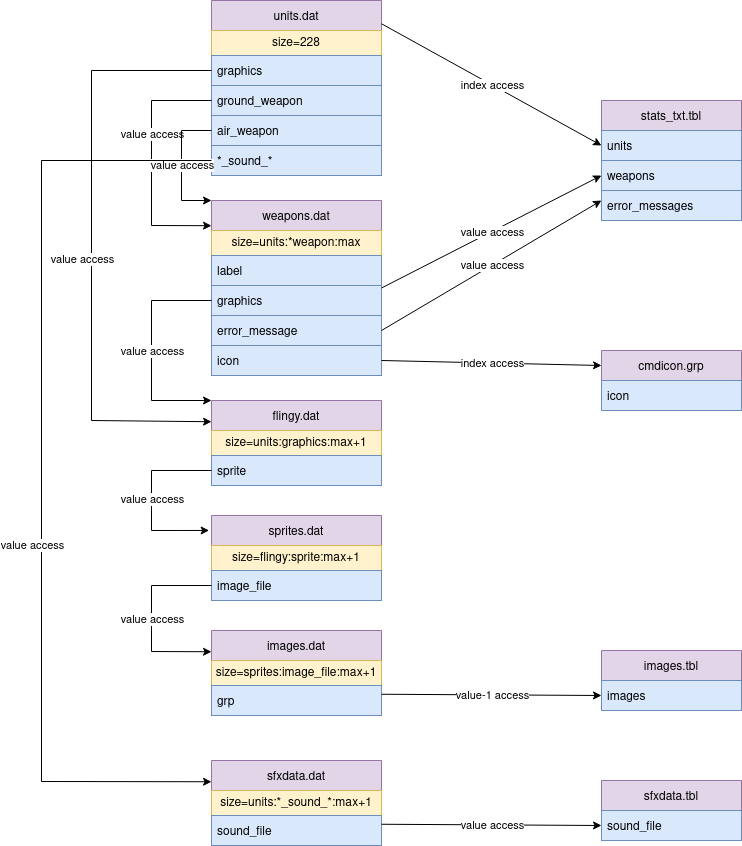
This is doc/sc_dat_architecture.drawio.png from Wargus/stargus, a draw.io export, as it was before one commit. Source tidied: cells renumbered, new cells last; positions are measured from the earlier drawing's top-left corner, leaving out a move shared by most shapes.
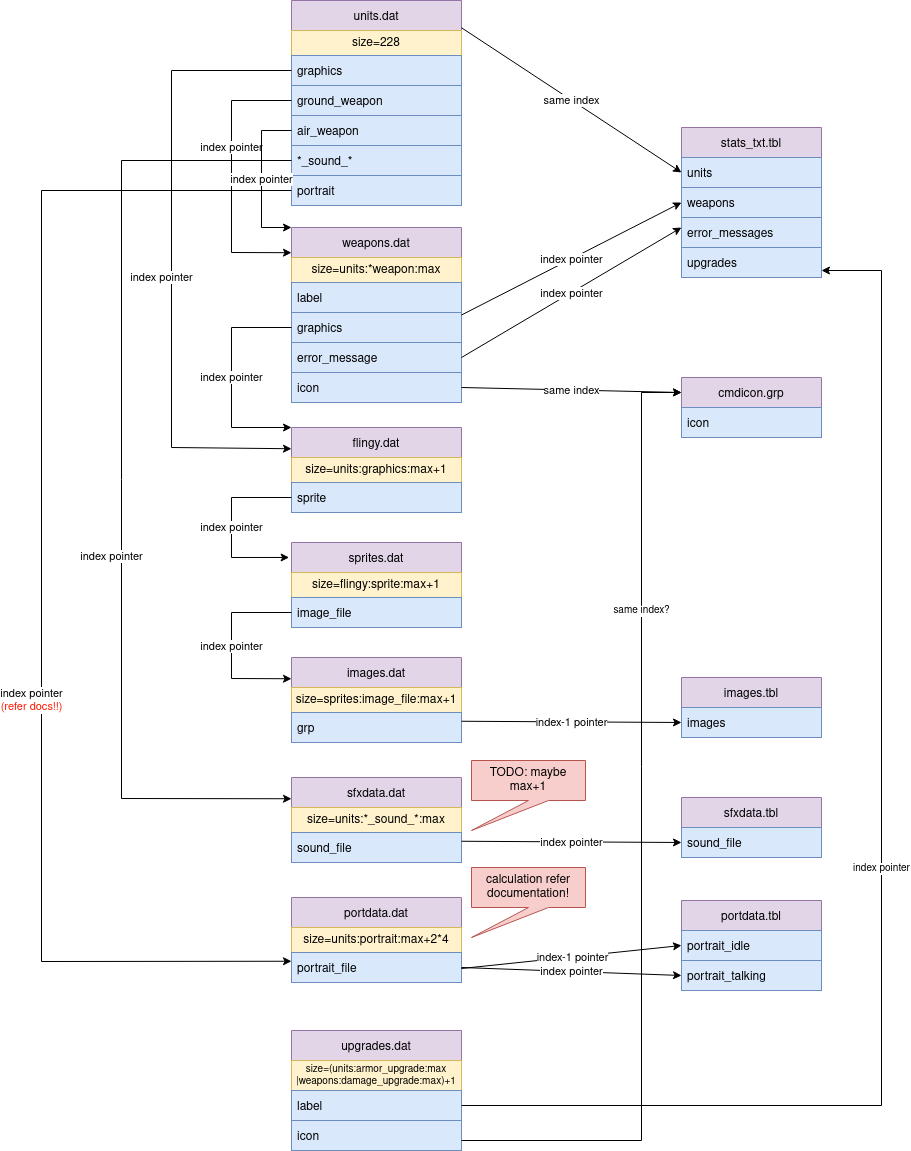
After the commit.

What changed in the source:
```diff
@@ -3,7 +3,7 @@
     <mxCell id="0" />
     <mxCell id="1" parent="0" />
     <mxCell id="2" value="units.dat" style="swimlane;fontStyle=0;horizontal=1;startSize=30;fillColor=#e1d5e7;strokeColor=#9673a6;" parent="1" vertex="1">
-      <mxGeometry x="170" width="170" height="175" as="geometry" />
+      <mxGeometry x="170" y="-27" width="170" height="205" as="geometry" />
     </mxCell>
     <mxCell id="3" value="size=228" style="rounded=0;whiteSpace=wrap;html=1;fillColor=#fff2cc;strokeColor=#d6b656;" parent="2" vertex="1">
       <mxGeometry y="30" width="170" height="25" as="geometry" />
@@ -20,6 +20,9 @@
     <mxCell id="7" value="*_sound_*" style="text;strokeColor=#6c8ebf;fillColor=#dae8fc;align=left;verticalAlign=middle;spacingLeft=4;spacingRight=4;overflow=hidden;points=[[0,0.5],[1,0.5]];portConstraint=eastwest;" parent="2" vertex="1">
       <mxGeometry y="145" width="170" height="30" as="geometry" />
     </mxCell>
+    <mxCell id="62" value="portrait" style="text;strokeColor=#6c8ebf;fillColor=#dae8fc;align=left;verticalAlign=middle;spacingLeft=4;spacingRight=4;overflow=hidden;points=[[0,0.5],[1,0.5]];portConstraint=eastwest;" parent="2" vertex="1">
+      <mxGeometry y="175" width="170" height="30" as="geometry" />
+    </mxCell>
     <mxCell id="8" value="weapons.dat" style="swimlane;fontStyle=0;horizontal=1;startSize=30;fillColor=#e1d5e7;strokeColor=#9673a6;" parent="1" vertex="1">
       <mxGeometry x="170" y="200" width="170" height="175" as="geometry" />
     </mxCell>
@@ -66,7 +69,7 @@
       <mxGeometry y="55" width="170" height="30" as="geometry" />
     </mxCell>
     <mxCell id="23" value="stats_txt.tbl" style="swimlane;fontStyle=0;horizontal=1;startSize=30;fillColor=#e1d5e7;strokeColor=#9673a6;" parent="1" vertex="1">
-      <mxGeometry x="560" y="100" width="140" height="120" as="geometry" />
+      <mxGeometry x="560" y="100" width="140" height="150" as="geometry" />
     </mxCell>
     <mxCell id="24" value="units" style="text;strokeColor=#6c8ebf;fillColor=#dae8fc;align=left;verticalAlign=middle;spacingLeft=4;spacingRight=4;overflow=hidden;points=[[0,0.5],[1,0.5]];portConstraint=eastwest;" parent="23" vertex="1">
       <mxGeometry y="30" width="140" height="30" as="geometry" />
@@ -77,16 +80,19 @@
     <mxCell id="26" value="error_messages" style="text;strokeColor=#6c8ebf;fillColor=#dae8fc;align=left;verticalAlign=middle;spacingLeft=4;spacingRight=4;overflow=hidden;" parent="23" vertex="1">
       <mxGeometry y="90" width="140" height="30" as="geometry" />
     </mxCell>
+    <mxCell id="63" value="upgrades" style="text;strokeColor=#6c8ebf;fillColor=#dae8fc;align=left;verticalAlign=middle;spacingLeft=4;spacingRight=4;overflow=hidden;" parent="23" vertex="1">
+      <mxGeometry y="120" width="140" height="30" as="geometry" />
+    </mxCell>
     <mxCell id="27" value="kk" style="endArrow=classic;html=1;rounded=0;exitX=1;exitY=0.133;exitDx=0;exitDy=0;entryX=0;entryY=0.5;entryDx=0;entryDy=0;exitPerimeter=0;" parent="1" edge="1" source="2" target="24">
       <mxGeometry relative="1" as="geometry" />
     </mxCell>
-    <mxCell id="28" value="index access" style="edgeLabel;html=1;align=center;verticalAlign=middle;" parent="27" vertex="1">
+    <mxCell id="28" value="same index" style="edgeLabel;html=1;align=center;verticalAlign=middle;" parent="27" vertex="1">
       <mxGeometry relative="1" as="geometry" />
     </mxCell>
     <mxCell id="29" style="endArrow=classic;html=1;rounded=0;exitX=1;exitY=0.5;exitDx=0;exitDy=0;entryX=0;entryY=0.5;entryDx=0;entryDy=0;" parent="1" edge="1" source="8" target="25">
       <mxGeometry relative="1" as="geometry" />
     </mxCell>
-    <mxCell id="30" value="value access" style="edgeLabel;html=1;align=center;verticalAlign=middle;" parent="29" vertex="1">
+    <mxCell id="30" value="index pointer" style="edgeLabel;html=1;align=center;verticalAlign=middle;" parent="29" vertex="1">
       <mxGeometry relative="1" as="geometry" />
     </mxCell>
     <mxCell id="31" style="endArrow=classic;html=1;rounded=0;exitX=1;exitY=0.5;exitDx=0;exitDy=0;" parent="1" edge="1" source="12">
@@ -94,18 +100,18 @@
         <mxPoint x="560" y="200" as="targetPoint" />
       </mxGeometry>
     </mxCell>
-    <mxCell id="32" value="value access" style="edgeLabel;html=1;align=center;verticalAlign=middle;" parent="31" vertex="1">
+    <mxCell id="32" value="index pointer" style="edgeLabel;html=1;align=center;verticalAlign=middle;" parent="31" vertex="1">
       <mxGeometry relative="1" as="geometry" />
     </mxCell>
     <mxCell id="33" style="endArrow=classic;html=1;rounded=0;exitX=0;exitY=0.5;exitDx=0;exitDy=0;entryX=0;entryY=0.25;entryDx=0;entryDy=0;" parent="1" edge="1" source="4" target="14">
       <mxGeometry relative="1" as="geometry">
         <Array as="points">
-          <mxPoint x="50" y="70" />
+          <mxPoint x="50" y="43" />
           <mxPoint x="50" y="420" />
         </Array>
       </mxGeometry>
     </mxCell>
-    <mxCell id="34" value="value access" style="edgeLabel;html=1;align=center;verticalAlign=middle;" parent="33" vertex="1">
+    <mxCell id="34" value="index pointer" style="edgeLabel;html=1;align=center;verticalAlign=middle;" parent="33" vertex="1">
       <mxGeometry x="0.33" y="3" relative="1" as="geometry">
         <mxPoint x="-13" y="-83" as="offset" />
       </mxGeometry>
@@ -118,7 +124,7 @@
         </Array>
       </mxGeometry>
     </mxCell>
-    <mxCell id="36" value="value access" style="edgeLabel;html=1;align=center;verticalAlign=middle;" parent="35" vertex="1">
+    <mxCell id="36" value="index pointer" style="edgeLabel;html=1;align=center;verticalAlign=middle;" parent="35" vertex="1">
       <mxGeometry relative="1" as="geometry" />
     </mxCell>
     <mxCell id="37" style="endArrow=classic;html=1;rounded=0;exitX=0;exitY=0.5;exitDx=0;exitDy=0;entryX=0;entryY=0.25;entryDx=0;entryDy=0;" parent="1" edge="1" source="19" target="20">
@@ -129,7 +135,7 @@
         </Array>
       </mxGeometry>
     </mxCell>
-    <mxCell id="38" value="value access" style="edgeLabel;html=1;align=center;verticalAlign=middle;" parent="37" vertex="1">
+    <mxCell id="38" value="index pointer" style="edgeLabel;html=1;align=center;verticalAlign=middle;" parent="37" vertex="1">
       <mxGeometry relative="1" as="geometry" />
     </mxCell>
     <mxCell id="39" value="images.tbl" style="swimlane;fontStyle=0;horizontal=1;startSize=30;fillColor=#e1d5e7;strokeColor=#9673a6;" parent="1" vertex="1">
@@ -141,12 +147,12 @@
     <mxCell id="41" style="endArrow=classic;html=1;rounded=0;exitX=0;exitY=0.5;exitDx=0;exitDy=0;entryX=0;entryY=0.144;entryDx=0;entryDy=0;entryPerimeter=0;" parent="1" edge="1" source="5" target="8">
       <mxGeometry relative="1" as="geometry">
         <Array as="points">
-          <mxPoint x="110" y="100" />
+          <mxPoint x="110" y="73" />
           <mxPoint x="110" y="225" />
         </Array>
       </mxGeometry>
     </mxCell>
-    <mxCell id="42" value="value access" style="edgeLabel;html=1;align=center;verticalAlign=middle;" parent="41" vertex="1">
+    <mxCell id="42" value="index pointer" style="edgeLabel;html=1;align=center;verticalAlign=middle;" parent="41" vertex="1">
       <mxGeometry relative="1" as="geometry">
         <mxPoint y="-29" as="offset" />
       </mxGeometry>
@@ -154,18 +160,18 @@
     <mxCell id="43" style="endArrow=classic;html=1;rounded=0;exitX=0;exitY=0.5;exitDx=0;exitDy=0;entryX=0;entryY=0;entryDx=0;entryDy=0;" parent="1" edge="1" source="6" target="8">
       <mxGeometry relative="1" as="geometry">
         <Array as="points">
-          <mxPoint x="140" y="130" />
+          <mxPoint x="140" y="103" />
           <mxPoint x="140" y="200" />
         </Array>
       </mxGeometry>
     </mxCell>
-    <mxCell id="44" value="value access" style="edgeLabel;html=1;align=center;verticalAlign=middle;" parent="43" vertex="1">
+    <mxCell id="44" value="index pointer" style="edgeLabel;html=1;align=center;verticalAlign=middle;" parent="43" vertex="1">
       <mxGeometry relative="1" as="geometry" />
     </mxCell>
     <mxCell id="45" style="endArrow=classic;html=1;rounded=0;exitX=1;exitY=0.75;exitDx=0;exitDy=0;entryX=0;entryY=0.5;entryDx=0;entryDy=0;" parent="1" edge="1" source="20" target="40">
       <mxGeometry relative="1" as="geometry" />
     </mxCell>
-    <mxCell id="46" value="value-1 access" style="edgeLabel;html=1;align=center;verticalAlign=middle;" parent="45" vertex="1">
+    <mxCell id="46" value="index-1 pointer" style="edgeLabel;html=1;align=center;verticalAlign=middle;" parent="45" vertex="1">
       <mxGeometry relative="1" as="geometry" />
     </mxCell>
     <mxCell id="47" style="endArrow=classic;html=1;rounded=0;entryX=0;entryY=0;entryDx=0;entryDy=0;" parent="1" edge="1" target="14">
@@ -177,7 +183,7 @@
         </Array>
       </mxGeometry>
     </mxCell>
-    <mxCell id="48" value="value access" style="edgeLabel;html=1;align=center;verticalAlign=middle;" parent="47" vertex="1">
+    <mxCell id="48" value="index pointer" style="edgeLabel;html=1;align=center;verticalAlign=middle;" parent="47" vertex="1">
       <mxGeometry relative="1" as="geometry" />
     </mxCell>
     <mxCell id="49" value="cmdicon.grp" style="swimlane;fontStyle=0;horizontal=1;startSize=30;fillColor=#e1d5e7;strokeColor=#9673a6;" parent="1" vertex="1">
@@ -191,20 +197,20 @@
         <mxPoint x="340" y="360" as="sourcePoint" />
       </mxGeometry>
     </mxCell>
-    <mxCell id="52" value="index access" style="edgeLabel;html=1;align=center;verticalAlign=middle;" parent="51" vertex="1">
+    <mxCell id="52" value="same index" style="edgeLabel;html=1;align=center;verticalAlign=middle;" parent="51" vertex="1">
       <mxGeometry relative="1" as="geometry" />
     </mxCell>
     <mxCell id="53" value="sfxdata.dat" style="swimlane;fontStyle=0;horizontal=1;startSize=30;fillColor=#e1d5e7;strokeColor=#9673a6;" parent="1" vertex="1">
-      <mxGeometry x="170" y="760" width="170" height="85" as="geometry" />
+      <mxGeometry x="170" y="750" width="170" height="85" as="geometry" />
     </mxCell>
-    <mxCell id="54" value="size=units:*_sound_*:max+1" style="rounded=0;whiteSpace=wrap;html=1;fillColor=#fff2cc;strokeColor=#d6b656;" parent="53" vertex="1">
+    <mxCell id="54" value="size=units:*_sound_*:max" style="rounded=0;whiteSpace=wrap;html=1;fillColor=#fff2cc;strokeColor=#d6b656;" parent="53" vertex="1">
       <mxGeometry y="30" width="170" height="25" as="geometry" />
     </mxCell>
     <mxCell id="55" value="sound_file" style="text;strokeColor=#6c8ebf;fillColor=#dae8fc;align=left;verticalAlign=middle;spacingLeft=4;spacingRight=4;overflow=hidden;" parent="53" vertex="1">
       <mxGeometry y="55" width="170" height="30" as="geometry" />
     </mxCell>
     <mxCell id="56" value="sfxdata.tbl" style="swimlane;fontStyle=0;horizontal=1;startSize=30;fillColor=#e1d5e7;strokeColor=#9673a6;" parent="1" vertex="1">
-      <mxGeometry x="560" y="780" width="140" height="60" as="geometry" />
+      <mxGeometry x="560" y="770" width="140" height="60" as="geometry" />
     </mxCell>
     <mxCell id="57" value="sound_file" style="text;strokeColor=#6c8ebf;fillColor=#dae8fc;align=left;verticalAlign=middle;spacingLeft=4;spacingRight=4;overflow=hidden;points=[[0,0.5],[1,0.5]];portConstraint=eastwest;" parent="56" vertex="1">
       <mxGeometry y="30" width="140" height="30" as="geometry" />
@@ -212,21 +218,109 @@
     <mxCell id="58" style="endArrow=classic;html=1;rounded=0;exitX=1;exitY=0.75;exitDx=0;exitDy=0;entryX=0;entryY=0.5;entryDx=0;entryDy=0;" parent="1" edge="1" source="53" target="57">
       <mxGeometry relative="1" as="geometry" />
     </mxCell>
-    <mxCell id="59" value="value access" style="edgeLabel;html=1;align=center;verticalAlign=middle;" parent="58" vertex="1">
+    <mxCell id="59" value="index pointer" style="edgeLabel;html=1;align=center;verticalAlign=middle;" parent="58" vertex="1">
       <mxGeometry relative="1" as="geometry" />
     </mxCell>
     <mxCell id="60" style="endArrow=classic;html=1;rounded=0;entryX=0;entryY=0.25;entryDx=0;entryDy=0;exitX=0;exitY=0.5;exitDx=0;exitDy=0;" parent="1" edge="1" source="7" target="53">
       <mxGeometry relative="1" as="geometry">
         <Array as="points">
-          <mxPoint y="160" />
-          <mxPoint y="781" />
+          <mxPoint y="133" />
+          <mxPoint y="771" />
         </Array>
       </mxGeometry>
     </mxCell>
-    <mxCell id="61" value="value access" style="edgeLabel;html=1;align=center;verticalAlign=middle;" parent="60" vertex="1">
+    <mxCell id="61" value="index pointer" style="edgeLabel;html=1;align=center;verticalAlign=middle;" parent="60" vertex="1">
       <mxGeometry x="0.33" y="3" relative="1" as="geometry">
         <mxPoint x="-13" y="-83" as="offset" />
       </mxGeometry>
     </mxCell>
+    <mxCell id="64" value="portdata.dat" style="swimlane;fontStyle=0;horizontal=1;startSize=30;fillColor=#e1d5e7;strokeColor=#9673a6;" parent="1" vertex="1">
+      <mxGeometry x="170" y="870" width="170" height="85" as="geometry" />
+    </mxCell>
+    <mxCell id="65" value="size=units:portrait:max+2*4" style="rounded=0;whiteSpace=wrap;html=1;fillColor=#fff2cc;strokeColor=#d6b656;" parent="64" vertex="1">
+      <mxGeometry y="30" width="170" height="25" as="geometry" />
+    </mxCell>
+    <mxCell id="66" value="portrait_file" style="text;strokeColor=#6c8ebf;fillColor=#dae8fc;align=left;verticalAlign=middle;spacingLeft=4;spacingRight=4;overflow=hidden;points=[[0,0.5],[1,0.5]];portConstraint=eastwest;" parent="64" vertex="1">
+      <mxGeometry y="55" width="170" height="30" as="geometry" />
+    </mxCell>
+    <mxCell id="67" value="portdata.tbl" style="swimlane;fontStyle=0;horizontal=1;startSize=30;fillColor=#e1d5e7;strokeColor=#9673a6;" parent="1" vertex="1">
+      <mxGeometry x="560" y="873" width="140" height="90" as="geometry" />
+    </mxCell>
+    <mxCell id="68" value="portrait_idle" style="text;strokeColor=#6c8ebf;fillColor=#dae8fc;align=left;verticalAlign=middle;spacingLeft=4;spacingRight=4;overflow=hidden;points=[[0,0.5],[1,0.5]];portConstraint=eastwest;" parent="67" vertex="1">
+      <mxGeometry y="30" width="140" height="30" as="geometry" />
+    </mxCell>
+    <mxCell id="69" value="portrait_talking" style="text;strokeColor=#6c8ebf;fillColor=#dae8fc;align=left;verticalAlign=middle;spacingLeft=4;spacingRight=4;overflow=hidden;points=[[0,0.5],[1,0.5]];portConstraint=eastwest;" parent="67" vertex="1">
+      <mxGeometry y="60" width="140" height="30" as="geometry" />
+    </mxCell>
+    <mxCell id="70" style="endArrow=classic;html=1;rounded=0;entryX=0;entryY=0.5;entryDx=0;entryDy=0;" parent="1" edge="1" target="68">
+      <mxGeometry relative="1" as="geometry">
+        <mxPoint x="340" y="941" as="sourcePoint" />
+      </mxGeometry>
+    </mxCell>
+    <mxCell id="71" value="index-1 pointer" style="edgeLabel;html=1;align=center;verticalAlign=middle;" parent="70" vertex="1">
+      <mxGeometry relative="1" as="geometry" />
+    </mxCell>
+    <mxCell id="72" value="calculation refer documentation!" style="shape=callout;whiteSpace=wrap;html=1;perimeter=calloutPerimeter;position2=0;fillColor=#f8cecc;strokeColor=#b85450;" parent="1" vertex="1">
+      <mxGeometry x="350" y="840" width="114" height="70" as="geometry" />
+    </mxCell>
+    <mxCell id="73" style="endArrow=classic;html=1;rounded=0;entryX=0;entryY=0.75;entryDx=0;entryDy=0;exitX=0;exitY=0.5;exitDx=0;exitDy=0;" parent="1" edge="1" source="62" target="64">
+      <mxGeometry relative="1" as="geometry">
+        <Array as="points">
+          <mxPoint x="-80" y="163" />
+          <mxPoint x="-80" y="934" />
+        </Array>
+      </mxGeometry>
+    </mxCell>
+    <mxCell id="74" value="index pointer&lt;br&gt;&lt;font color=&quot;#FF1900&quot;&gt;(refer docs!!)&lt;/font&gt;" style="edgeLabel;html=1;align=center;verticalAlign=middle;" parent="73" vertex="1">
+      <mxGeometry x="0.33" y="3" relative="1" as="geometry">
+        <mxPoint x="-13" y="-83" as="offset" />
+      </mxGeometry>
+    </mxCell>
+    <mxCell id="75" value="TODO: maybe max+1" style="shape=callout;whiteSpace=wrap;html=1;perimeter=calloutPerimeter;position2=0;fillColor=#f8cecc;strokeColor=#b85450;" parent="1" vertex="1">
+      <mxGeometry x="350" y="733" width="114" height="70" as="geometry" />
+    </mxCell>
+    <mxCell id="76" style="endArrow=classic;html=1;rounded=0;entryX=0;entryY=0.5;entryDx=0;entryDy=0;exitX=1;exitY=0.5;exitDx=0;exitDy=0;" parent="1" edge="1" source="66" target="69">
+      <mxGeometry relative="1" as="geometry" />
+    </mxCell>
+    <mxCell id="77" value="index pointer" style="edgeLabel;html=1;align=center;verticalAlign=middle;" parent="76" vertex="1">
+      <mxGeometry relative="1" as="geometry" />
+    </mxCell>
+    <mxCell id="78" value="upgrades.dat" style="swimlane;fontStyle=0;horizontal=1;startSize=30;fillColor=#e1d5e7;strokeColor=#9673a6;" parent="1" vertex="1">
+      <mxGeometry x="170" y="1003" width="170" height="120" as="geometry" />
+    </mxCell>
+    <mxCell id="79" value="size=(units:armor_upgrade:max&lt;br style=&quot;font-size: 10px;&quot;&gt;|weapons:damage_upgrade:max)+1" style="rounded=0;whiteSpace=wrap;html=1;fillColor=#fff2cc;strokeColor=#d6b656;fontSize=10;" parent="78" vertex="1">
+      <mxGeometry y="30" width="170" height="30" as="geometry" />
+    </mxCell>
+    <mxCell id="80" value="label" style="text;strokeColor=#6c8ebf;fillColor=#dae8fc;align=left;verticalAlign=middle;spacingLeft=4;spacingRight=4;overflow=hidden;points=[[0,0.5],[1,0.5]];portConstraint=eastwest;" parent="78" vertex="1">
+      <mxGeometry y="60" width="170" height="30" as="geometry" />
+    </mxCell>
+    <mxCell id="81" value="icon" style="text;strokeColor=#6c8ebf;fillColor=#dae8fc;align=left;verticalAlign=middle;spacingLeft=4;spacingRight=4;overflow=hidden;points=[[0,0.5],[1,0.5]];portConstraint=eastwest;" parent="78" vertex="1">
+      <mxGeometry y="90" width="170" height="30" as="geometry" />
+    </mxCell>
+    <mxCell id="82" style="endArrow=classic;html=1;rounded=0;fontSize=10;fontColor=#000000;exitX=1;exitY=0.667;exitDx=0;exitDy=0;exitPerimeter=0;entryX=0;entryY=0.25;entryDx=0;entryDy=0;" parent="1" edge="1" source="81" target="49">
+      <mxGeometry relative="1" as="geometry">
+        <Array as="points">
+          <mxPoint x="520" y="1113" />
+          <mxPoint x="520" y="365" />
+        </Array>
+      </mxGeometry>
+    </mxCell>
+    <mxCell id="83" value="&lt;div&gt;same index?&lt;/div&gt;" style="edgeLabel;html=1;align=center;verticalAlign=middle;fontSize=10;fontColor=#000000;" parent="82" vertex="1">
+      <mxGeometry relative="1" as="geometry">
+        <mxPoint y="-226" as="offset" />
+      </mxGeometry>
+    </mxCell>
+    <mxCell id="84" style="endArrow=classic;html=1;rounded=0;fontSize=10;fontColor=#000000;exitX=1;exitY=0.5;exitDx=0;exitDy=0;" parent="1" edge="1" source="80">
+      <mxGeometry relative="1" as="geometry">
+        <mxPoint x="700" y="243" as="targetPoint" />
+        <Array as="points">
+          <mxPoint x="760" y="1078" />
+          <mxPoint x="760" y="243" />
+        </Array>
+      </mxGeometry>
+    </mxCell>
+    <mxCell id="85" value="index pointer" style="edgeLabel;html=1;align=center;verticalAlign=middle;fontSize=10;fontColor=#000000;" parent="84" vertex="1">
+      <mxGeometry relative="1" as="geometry" />
+    </mxCell>
   </root>
 </mxGraphModel>
```
